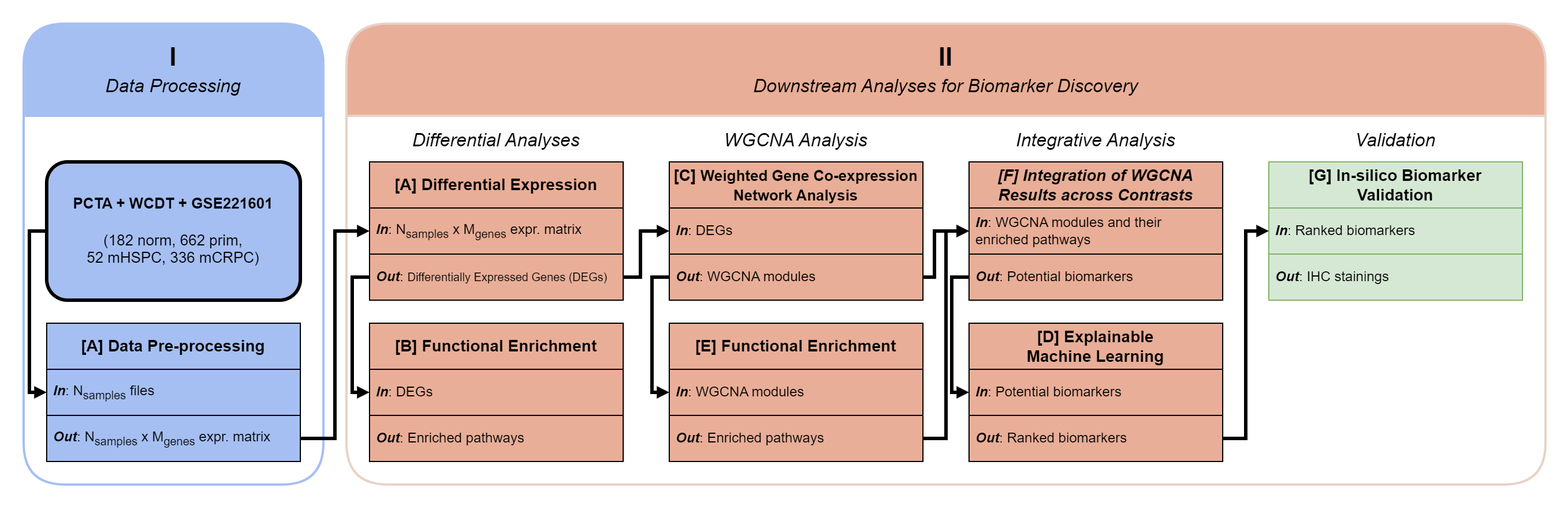
Earlier version of the draw.io export docs/1_workflow.png (CarlosUziel/pca_wgcna_ml). Source tidied: cells renumbered, new cells last; positions are measured from the earlier drawing's top-left corner, leaving out a move shared by most shapes.
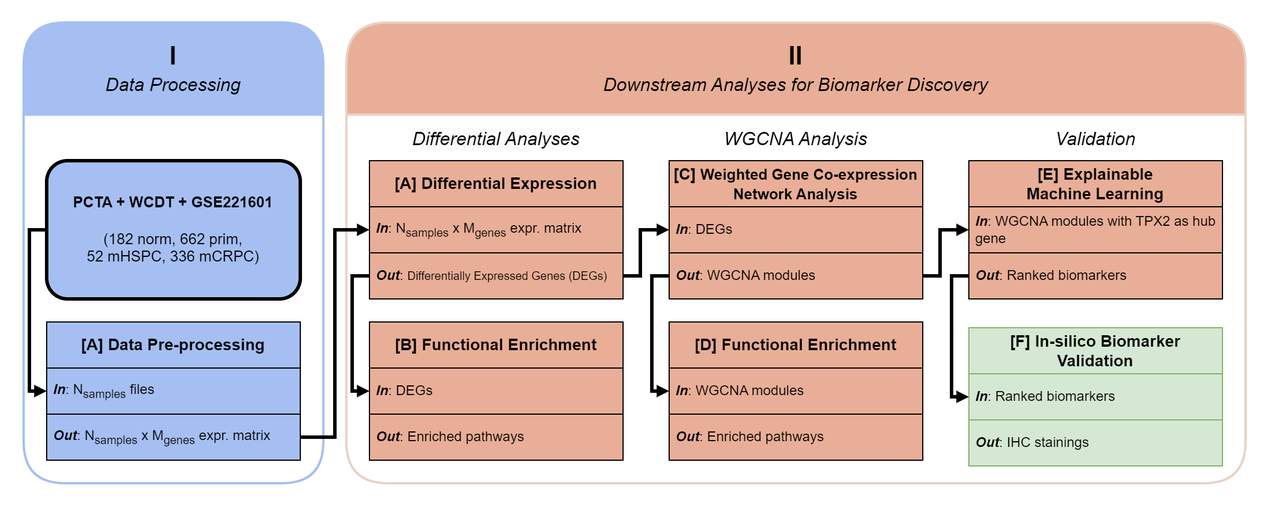
After the change.

Commit message:
Update workflow figure.

Change to the diagram source:
```diff
@@ -8,7 +8,7 @@
       </mxGeometry>
     </mxCell>
     <mxCell id="3" style="rounded=0;whiteSpace=wrap;html=1;strokeColor=none;" parent="1" vertex="1">
-      <mxGeometry width="1360" height="440" as="geometry" />
+      <mxGeometry width="1100" height="440" as="geometry" />
     </mxCell>
     <mxCell id="4" value="&lt;div style=&quot;font-size: 22px;&quot;&gt;&lt;font style=&quot;font-size: 22px;&quot;&gt;I&lt;/font&gt;&lt;/div&gt;&lt;div style=&quot;font-size: 1px;&quot;&gt;&lt;br&gt;&lt;/div&gt;&lt;div style=&quot;font-size: 16px;&quot;&gt;&lt;i&gt;&lt;span style=&quot;font-weight: normal;&quot;&gt;Data Processing&lt;/span&gt;&lt;/i&gt;&lt;/div&gt;" style="swimlane;whiteSpace=wrap;html=1;startSize=80;rounded=1;fillStyle=solid;strokeWidth=2;fillColor=#a6bff2;strokeColor=#A6BFF2;" parent="1" vertex="1">
       <mxGeometry x="20" y="20" width="260" height="400" as="geometry" />
@@ -39,7 +39,7 @@
       </mxGeometry>
     </mxCell>
     <mxCell id="11" value="&lt;div style=&quot;font-size: 22px;&quot;&gt;&lt;font style=&quot;font-size: 22px;&quot;&gt;II&lt;/font&gt;&lt;/div&gt;&lt;div style=&quot;font-size: 1px;&quot;&gt;&lt;font style=&quot;font-size: 1px;&quot;&gt;&lt;br&gt;&lt;/font&gt;&lt;/div&gt;&lt;div style=&quot;font-size: 16px;&quot;&gt;&lt;span style=&quot;font-weight: 400;&quot;&gt;&lt;i&gt;Downstream Analyses for Biomarker Discovery&lt;/i&gt;&lt;/span&gt;&lt;/div&gt;" style="swimlane;whiteSpace=wrap;html=1;startSize=80;rounded=1;strokeWidth=2;fillColor=#e9ae97;strokeColor=#E8D2C7;align=center;" parent="1" vertex="1">
-      <mxGeometry x="300" y="20" width="1040" height="400" as="geometry" />
+      <mxGeometry x="300" y="20" width="780" height="400" as="geometry" />
     </mxCell>
     <mxCell id="12" value="&lt;div style=&quot;border-color: var(--border-color); color: rgb(0, 0, 0); font-family: Helvetica; font-style: normal; font-variant-ligatures: normal; font-variant-caps: normal; font-weight: 700; letter-spacing: normal; orphans: 2; text-indent: 0px; text-transform: none; widows: 2; word-spacing: 0px; -webkit-text-stroke-width: 0px; background-color: rgb(251, 251, 251); text-decoration-thickness: initial; text-decoration-style: initial; text-decoration-color: initial; font-size: 16px;&quot;&gt;&lt;i style=&quot;border-color: var(--border-color); font-weight: normal;&quot;&gt;Differential&amp;nbsp;&lt;/i&gt;&lt;i style=&quot;border-color: var(--border-color); font-weight: normal;&quot;&gt;Analyses&lt;/i&gt;&lt;/div&gt;" style="text;whiteSpace=wrap;html=1;fillColor=default;align=center;" parent="11" vertex="1">
       <mxGeometry x="40" y="85" width="180" height="30" as="geometry" />
@@ -47,7 +47,7 @@
     <mxCell id="13" value="&lt;div style=&quot;&quot;&gt;&lt;span style=&quot;background-color: initial; font-size: 16px;&quot;&gt;&lt;i&gt;WGCNA Analysis&lt;/i&gt;&lt;/span&gt;&lt;/div&gt;" style="text;whiteSpace=wrap;html=1;fillColor=default;align=center;" parent="11" vertex="1">
       <mxGeometry x="300" y="85" width="180" height="30" as="geometry" />
     </mxCell>
-    <mxCell id="14" value="&lt;i style=&quot;border-color: var(--border-color); color: rgb(0, 0, 0); font-family: Helvetica; font-size: 16px; font-variant-ligatures: normal; font-variant-caps: normal; font-weight: 700; letter-spacing: normal; orphans: 2; text-indent: 0px; text-transform: none; widows: 2; word-spacing: 0px; -webkit-text-stroke-width: 0px; background-color: initial; text-decoration-thickness: initial; text-decoration-style: initial; text-decoration-color: initial;&quot;&gt;&lt;span style=&quot;border-color: var(--border-color); font-weight: normal;&quot;&gt;Integrative Analysis&lt;/span&gt;&lt;/i&gt;" style="text;whiteSpace=wrap;html=1;fillColor=default;align=center;" parent="11" vertex="1">
+    <mxCell id="14" value="&lt;i style=&quot;border-color: var(--border-color); color: rgb(0, 0, 0); font-family: Helvetica; font-size: 16px; font-variant-ligatures: normal; font-variant-caps: normal; font-weight: 700; letter-spacing: normal; orphans: 2; text-indent: 0px; text-transform: none; widows: 2; word-spacing: 0px; -webkit-text-stroke-width: 0px; background-color: initial; text-decoration-thickness: initial; text-decoration-style: initial; text-decoration-color: initial;&quot;&gt;&lt;span style=&quot;border-color: var(--border-color); font-weight: normal;&quot;&gt;Validation&lt;/span&gt;&lt;/i&gt;" style="text;whiteSpace=wrap;html=1;fillColor=default;align=center;" parent="11" vertex="1">
       <mxGeometry x="560" y="85" width="180" height="30" as="geometry" />
     </mxCell>
     <mxCell id="15" value="&lt;div style=&quot;border-color: var(--border-color); font-size: 14px;&quot;&gt;&lt;div style=&quot;border-color: var(--border-color); font-size: 12px;&quot;&gt;&lt;div style=&quot;border-color: var(--border-color); font-size: 14px;&quot;&gt;&lt;b style=&quot;border-color: var(--border-color);&quot;&gt;[A] Differential Expression&lt;/b&gt;&lt;/div&gt;&lt;/div&gt;&lt;/div&gt;" style="swimlane;fontStyle=0;horizontal=1;startSize=40;whiteSpace=wrap;html=1;fontSize=12;strokeColor=#000000;fillColor=#E9AE97;align=center;" parent="11" vertex="1">
@@ -77,7 +77,7 @@
     <mxCell id="23" value="&lt;i style=&quot;border-color: var(--border-color);&quot;&gt;&lt;b&gt;Out&lt;/b&gt;&lt;/i&gt;: WGCNA modules" style="text;strokeColor=default;fillColor=#E9AE97;align=left;verticalAlign=middle;spacingLeft=4;spacingRight=4;overflow=hidden;points=[[0,0.5],[1,0.5]];portConstraint=eastwest;whiteSpace=wrap;html=1;fontSize=12;" parent="21" vertex="1">
       <mxGeometry y="80" width="220" height="40" as="geometry" />
     </mxCell>
-    <mxCell id="24" value="&lt;div style=&quot;border-color: var(--border-color); font-size: 14px;&quot;&gt;&lt;div style=&quot;border-color: var(--border-color); font-size: 12px;&quot;&gt;&lt;div style=&quot;border-color: var(--border-color); font-size: 14px;&quot;&gt;&lt;b&gt;[E]&amp;nbsp;&lt;/b&gt;&lt;b style=&quot;background-color: initial; border-color: var(--border-color);&quot;&gt;Functional Enrichment&lt;/b&gt;&lt;br&gt;&lt;/div&gt;&lt;/div&gt;&lt;/div&gt;" style="swimlane;fontStyle=0;horizontal=1;startSize=40;whiteSpace=wrap;html=1;fontSize=12;strokeColor=#000000;fillColor=#E9AE97;" parent="11" vertex="1">
+    <mxCell id="24" value="&lt;div style=&quot;border-color: var(--border-color); font-size: 14px;&quot;&gt;&lt;div style=&quot;border-color: var(--border-color); font-size: 12px;&quot;&gt;&lt;div style=&quot;border-color: var(--border-color); font-size: 14px;&quot;&gt;&lt;b&gt;[D]&amp;nbsp;&lt;/b&gt;&lt;b style=&quot;background-color: initial; border-color: var(--border-color);&quot;&gt;Functional Enrichment&lt;/b&gt;&lt;br&gt;&lt;/div&gt;&lt;/div&gt;&lt;/div&gt;" style="swimlane;fontStyle=0;horizontal=1;startSize=40;whiteSpace=wrap;html=1;fontSize=12;strokeColor=#000000;fillColor=#E9AE97;" parent="11" vertex="1">
       <mxGeometry x="280" y="260" width="220" height="120" as="geometry" />
     </mxCell>
     <mxCell id="25" value="&lt;i&gt;&lt;b&gt;In&lt;/b&gt;&lt;/i&gt;: WGCNA modules" style="text;strokeColor=default;fillColor=#E9AE97;align=left;verticalAlign=middle;spacingLeft=4;spacingRight=4;overflow=hidden;points=[[0,0.5],[1,0.5]];portConstraint=eastwest;whiteSpace=wrap;html=1;fontSize=12;gradientColor=none;" parent="24" vertex="1">
@@ -86,17 +86,8 @@
     <mxCell id="26" value="&lt;i style=&quot;border-color: var(--border-color);&quot;&gt;&lt;b&gt;Out&lt;/b&gt;&lt;/i&gt;: Enriched pathways" style="text;strokeColor=default;fillColor=#E9AE97;align=left;verticalAlign=middle;spacingLeft=4;spacingRight=4;overflow=hidden;points=[[0,0.5],[1,0.5]];portConstraint=eastwest;whiteSpace=wrap;html=1;fontSize=12;" parent="24" vertex="1">
       <mxGeometry y="80" width="220" height="40" as="geometry" />
     </mxCell>
-    <mxCell id="27" value="&lt;div style=&quot;border-color: var(--border-color); font-size: 14px;&quot;&gt;&lt;div style=&quot;border-color: var(--border-color); font-size: 12px;&quot;&gt;&lt;div style=&quot;border-color: var(--border-color); font-size: 14px;&quot;&gt;&lt;b&gt;&lt;i&gt;[F] Integration of WGCNA Results across Contrasts&lt;/i&gt;&lt;/b&gt;&lt;/div&gt;&lt;/div&gt;&lt;/div&gt;" style="swimlane;fontStyle=0;horizontal=1;startSize=40;whiteSpace=wrap;html=1;fontSize=12;strokeColor=#000000;fillColor=#E9AE97;" parent="11" vertex="1">
-      <mxGeometry x="540" y="120" width="220" height="120" as="geometry" />
-    </mxCell>
-    <mxCell id="28" value="&lt;i&gt;&lt;b&gt;In&lt;/b&gt;&lt;/i&gt;: WGCNA&amp;nbsp;modules and their enriched pathways" style="text;strokeColor=#000000;fillColor=#E9AE97;align=left;verticalAlign=middle;spacingLeft=4;spacingRight=4;overflow=hidden;points=[[0,0.5],[1,0.5]];portConstraint=eastwest;whiteSpace=wrap;html=1;fontSize=12;" parent="27" vertex="1">
-      <mxGeometry y="40" width="220" height="40" as="geometry" />
-    </mxCell>
-    <mxCell id="29" value="&lt;i style=&quot;border-color: var(--border-color);&quot;&gt;&lt;b&gt;Out&lt;/b&gt;&lt;/i&gt;: Potential biomarkers" style="text;strokeColor=#000000;fillColor=#E9AE97;align=left;verticalAlign=middle;spacingLeft=4;spacingRight=4;overflow=hidden;points=[[0,0.5],[1,0.5]];portConstraint=eastwest;whiteSpace=wrap;html=1;fontSize=12;" parent="27" vertex="1">
-      <mxGeometry y="80" width="220" height="40" as="geometry" />
-    </mxCell>
-    <mxCell id="30" value="&lt;div style=&quot;border-color: var(--border-color); font-size: 14px;&quot;&gt;&lt;div style=&quot;border-color: var(--border-color); font-size: 12px;&quot;&gt;&lt;div style=&quot;border-color: var(--border-color); font-size: 14px;&quot;&gt;&lt;b&gt;[G] In-silico Biomarker Validation&lt;/b&gt;&lt;br&gt;&lt;/div&gt;&lt;/div&gt;&lt;/div&gt;" style="swimlane;fontStyle=0;horizontal=1;startSize=40;whiteSpace=wrap;html=1;fontSize=12;strokeColor=#82b366;fillColor=#d5e8d4;" parent="11" vertex="1">
-      <mxGeometry x="800" y="120" width="220" height="120" as="geometry" />
+    <mxCell id="30" value="&lt;div style=&quot;border-color: var(--border-color); font-size: 14px;&quot;&gt;&lt;div style=&quot;border-color: var(--border-color); font-size: 12px;&quot;&gt;&lt;div style=&quot;border-color: var(--border-color); font-size: 14px;&quot;&gt;&lt;b&gt;[F] In-silico Biomarker&lt;/b&gt;&lt;/div&gt;&lt;div style=&quot;border-color: var(--border-color); font-size: 14px;&quot;&gt;&lt;b&gt;Validation&lt;/b&gt;&lt;br&gt;&lt;/div&gt;&lt;/div&gt;&lt;/div&gt;" style="swimlane;fontStyle=0;horizontal=1;startSize=40;whiteSpace=wrap;html=1;fontSize=12;strokeColor=#82b366;fillColor=#d5e8d4;" parent="11" vertex="1">
+      <mxGeometry x="540" y="265" width="220" height="120" as="geometry" />
     </mxCell>
     <mxCell id="31" value="&lt;i&gt;&lt;b&gt;In&lt;/b&gt;&lt;/i&gt;: Ranked biomarkers" style="text;strokeColor=#82b366;fillColor=#d5e8d4;align=left;verticalAlign=middle;spacingLeft=4;spacingRight=4;overflow=hidden;points=[[0,0.5],[1,0.5]];portConstraint=eastwest;whiteSpace=wrap;html=1;fontSize=12;" parent="30" vertex="1">
       <mxGeometry y="40" width="220" height="40" as="geometry" />
@@ -128,51 +119,31 @@
         </Array>
       </mxGeometry>
     </mxCell>
-    <mxCell id="36" style="edgeStyle=none;html=1;exitX=0;exitY=0.5;exitDx=0;exitDy=0;rounded=0;strokeWidth=3;strokeColor=default;jumpStyle=arc;endSize=3;startSize=3;endArrow=block;endFill=1;entryX=0;entryY=0.5;entryDx=0;entryDy=0;" parent="11" edge="1" source="29" target="37">
-      <mxGeometry relative="1" as="geometry">
-        <Array as="points">
-          <mxPoint x="525" y="220" />
-          <mxPoint x="525" y="250" />
-          <mxPoint x="525" y="320" />
-        </Array>
-      </mxGeometry>
-    </mxCell>
-    <mxCell id="37" value="&lt;b style=&quot;font-size: 14px;&quot;&gt;[D] Explainable&lt;/b&gt;&lt;br&gt;&lt;div style=&quot;border-color: var(--border-color); font-size: 14px;&quot;&gt;&lt;div style=&quot;border-color: var(--border-color); font-size: 12px;&quot;&gt;&lt;div style=&quot;border-color: var(--border-color); font-size: 14px;&quot;&gt;&lt;div style=&quot;border-color: var(--border-color);&quot;&gt;&lt;span style=&quot;border-color: var(--border-color);&quot;&gt;&lt;b&gt;Machine Learning&lt;/b&gt;&lt;/span&gt;&lt;/div&gt;&lt;/div&gt;&lt;/div&gt;&lt;/div&gt;" style="swimlane;fontStyle=0;horizontal=1;startSize=40;whiteSpace=wrap;html=1;fontSize=12;strokeColor=#000000;fillColor=#E9AE97;" parent="11" vertex="1">
-      <mxGeometry x="540" y="260" width="220" height="120" as="geometry" />
+    <mxCell id="37" value="&lt;b style=&quot;font-size: 14px;&quot;&gt;[E] Explainable&lt;/b&gt;&lt;br&gt;&lt;div style=&quot;border-color: var(--border-color); font-size: 14px;&quot;&gt;&lt;div style=&quot;border-color: var(--border-color); font-size: 12px;&quot;&gt;&lt;div style=&quot;border-color: var(--border-color); font-size: 14px;&quot;&gt;&lt;div style=&quot;border-color: var(--border-color);&quot;&gt;&lt;span style=&quot;border-color: var(--border-color);&quot;&gt;&lt;b&gt;Machine Learning&lt;/b&gt;&lt;/span&gt;&lt;/div&gt;&lt;/div&gt;&lt;/div&gt;&lt;/div&gt;" style="swimlane;fontStyle=0;horizontal=1;startSize=40;whiteSpace=wrap;html=1;fontSize=12;strokeColor=#000000;fillColor=#E9AE97;" parent="11" vertex="1">
+      <mxGeometry x="540" y="120" width="220" height="120" as="geometry" />
     </mxCell>
-    <mxCell id="38" value="&lt;i&gt;&lt;b&gt;In&lt;/b&gt;&lt;/i&gt;: Potential biomarkers" style="text;strokeColor=default;fillColor=#E9AE97;align=left;verticalAlign=middle;spacingLeft=4;spacingRight=4;overflow=hidden;points=[[0,0.5],[1,0.5]];portConstraint=eastwest;whiteSpace=wrap;html=1;fontSize=12;gradientColor=none;" parent="37" vertex="1">
+    <mxCell id="38" value="&lt;i&gt;&lt;b&gt;In&lt;/b&gt;&lt;/i&gt;: &lt;span style=&quot;color: rgb(0, 0, 0);&quot;&gt;WGCNA&amp;nbsp;&lt;span style=&quot;color: rgb(0, 0, 0);&quot;&gt;modules with TPX2 as hub gene&lt;/span&gt;&amp;nbsp;&lt;/span&gt;" style="text;strokeColor=default;fillColor=#E9AE97;align=left;verticalAlign=middle;spacingLeft=4;spacingRight=4;overflow=hidden;points=[[0,0.5],[1,0.5]];portConstraint=eastwest;whiteSpace=wrap;html=1;fontSize=12;gradientColor=none;" parent="37" vertex="1">
       <mxGeometry y="40" width="220" height="40" as="geometry" />
     </mxCell>
     <mxCell id="39" value="&lt;i style=&quot;border-color: var(--border-color);&quot;&gt;&lt;b&gt;Out&lt;/b&gt;&lt;/i&gt;: Ranked biomarkers" style="text;strokeColor=default;fillColor=#E9AE97;align=left;verticalAlign=middle;spacingLeft=4;spacingRight=4;overflow=hidden;points=[[0,0.5],[1,0.5]];portConstraint=eastwest;whiteSpace=wrap;html=1;fontSize=12;" parent="37" vertex="1">
       <mxGeometry y="80" width="220" height="40" as="geometry" />
     </mxCell>
-    <mxCell id="40" style="edgeStyle=none;html=1;exitX=1;exitY=0.5;exitDx=0;exitDy=0;rounded=0;strokeWidth=3;strokeColor=default;jumpStyle=arc;endSize=3;startSize=3;endArrow=block;endFill=1;entryX=0;entryY=0.5;entryDx=0;entryDy=0;" parent="11" edge="1" source="23" target="28">
-      <mxGeometry relative="1" as="geometry">
-        <Array as="points">
-          <mxPoint x="510" y="220" />
-          <mxPoint x="510" y="180" />
-        </Array>
-      </mxGeometry>
-    </mxCell>
-    <mxCell id="41" style="edgeStyle=none;html=1;exitX=1;exitY=0.5;exitDx=0;exitDy=0;rounded=0;strokeWidth=3;strokeColor=default;jumpStyle=arc;endSize=3;startSize=3;endArrow=block;endFill=1;entryX=0;entryY=0.5;entryDx=0;entryDy=0;" parent="11" edge="1" source="26" target="27">
-      <mxGeometry relative="1" as="geometry">
-        <Array as="points">
-          <mxPoint x="520" y="360" />
-          <mxPoint x="520" y="180" />
-        </Array>
-      </mxGeometry>
-    </mxCell>
-    <mxCell id="42" style="edgeStyle=none;html=1;exitX=1;exitY=0.5;exitDx=0;exitDy=0;rounded=0;strokeWidth=3;strokeColor=default;jumpStyle=arc;endSize=3;startSize=3;endArrow=block;endFill=1;entryX=0;entryY=0.5;entryDx=0;entryDy=0;" parent="11" edge="1" source="39" target="31">
+    <mxCell id="42" style="edgeStyle=none;html=1;exitX=0;exitY=0.5;exitDx=0;exitDy=0;rounded=0;strokeWidth=3;strokeColor=default;jumpStyle=arc;endSize=3;startSize=3;endArrow=block;endFill=1;entryX=0;entryY=0.5;entryDx=0;entryDy=0;" parent="11" edge="1" source="39" target="31">
       <mxGeometry relative="1" as="geometry">
         <Array as="points">
-          <mxPoint x="780" y="360" />
-          <mxPoint x="780" y="180" />
+          <mxPoint x="525" y="220" />
+          <mxPoint x="525" y="325" />
         </Array>
       </mxGeometry>
     </mxCell>
-    <mxCell id="43" value="&lt;i style=&quot;border-color: var(--border-color); color: rgb(0, 0, 0); font-family: Helvetica; font-size: 16px; font-variant-ligatures: normal; font-variant-caps: normal; font-weight: 700; letter-spacing: normal; orphans: 2; text-indent: 0px; text-transform: none; widows: 2; word-spacing: 0px; -webkit-text-stroke-width: 0px; background-color: initial; text-decoration-thickness: initial; text-decoration-style: initial; text-decoration-color: initial;&quot;&gt;&lt;span style=&quot;border-color: var(--border-color); font-weight: normal;&quot;&gt;Validation&lt;/span&gt;&lt;/i&gt;" style="text;whiteSpace=wrap;html=1;fillColor=default;align=center;" parent="11" vertex="1">
-      <mxGeometry x="820" y="85" width="180" height="30" as="geometry" />
-    </mxCell>
+    <mxCell id="45" style="edgeStyle=none;html=1;exitX=1;exitY=0.5;exitDx=0;exitDy=0;rounded=0;strokeWidth=3;strokeColor=default;jumpStyle=arc;endSize=3;startSize=3;endArrow=block;endFill=1;entryX=0;entryY=0.5;entryDx=0;entryDy=0;" parent="11" edge="1" source="23" target="38">
+      <mxGeometry relative="1" as="geometry">
+        <Array as="points">
+          <mxPoint x="515" y="220" />
+          <mxPoint x="515" y="180" />
+        </Array>
+      </mxGeometry>
+    </mxCell>
     <mxCell id="44" style="edgeStyle=none;html=1;exitX=1;exitY=0.5;exitDx=0;exitDy=0;rounded=0;strokeWidth=3;strokeColor=default;jumpStyle=arc;endSize=3;startSize=3;endArrow=block;endFill=1;entryX=0;entryY=0.5;entryDx=0;entryDy=0;" parent="1" edge="1" source="8" target="16">
       <mxGeometry relative="1" as="geometry">
         <Array as="points">
```
